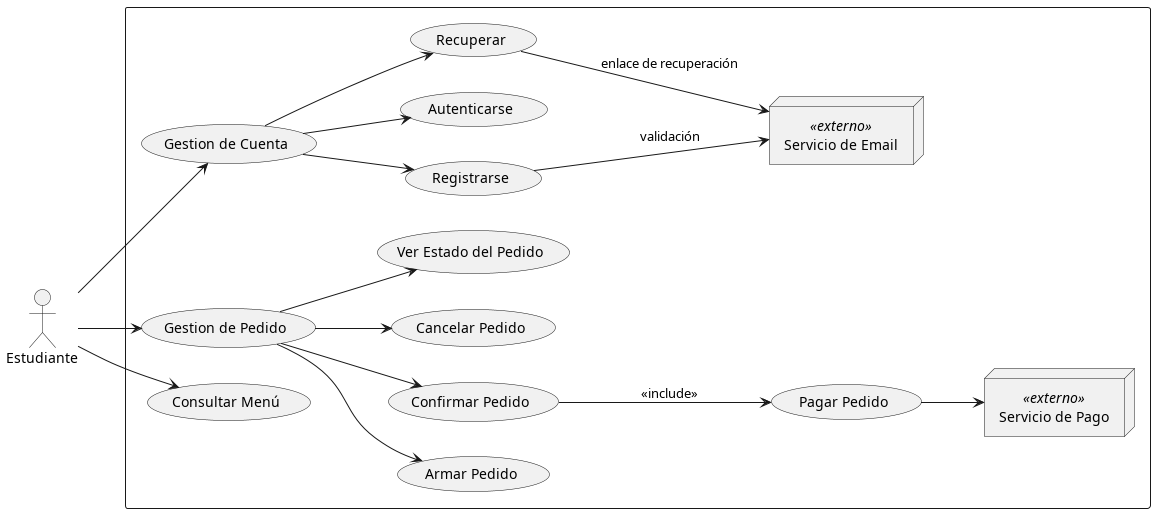
This is documentacion/src/img/caso_de_uso_estudiante.png from agpelliciari/Sistema-Comedor, a PlantUML export, as it was before one commit. The source it was exported from:
```plantuml
@startuml

left to right direction
actor "Estudiante" as Est

rectangle {
  node "Servicio de Pago" as Pay <<externo>>
  node "Servicio de Email" as Mail <<externo>>
  (Gestion de Cuenta) as Gestion
  (Gestion de Pedido) as GestionP
  (Registrarse) as UC_Register
  (Autenticarse) as UC_Login
  (Recuperar) as UC_Recovery

  (Consultar Menú) as UC_Browse
  (Armar Pedido) as UC_Build
  (Confirmar Pedido) as UC_Confirm
  (Pagar Pedido) as UC_Pay
  (Cancelar Pedido) as UC_Cancel
  (Ver Estado del Pedido) as UC_Track
}

Est --> Gestion
Gestion --> UC_Register
Gestion --> UC_Login
Gestion --> UC_Recovery
Est --> UC_Browse
Est --> GestionP
GestionP --> UC_Build
GestionP --> UC_Confirm
GestionP --> UC_Cancel
GestionP --> UC_Track

UC_Confirm --> UC_Pay : <<include>>

UC_Register --> Mail : validación
UC_Recovery --> Mail : enlace de recuperación
UC_Pay --> Pay

@enduml
```
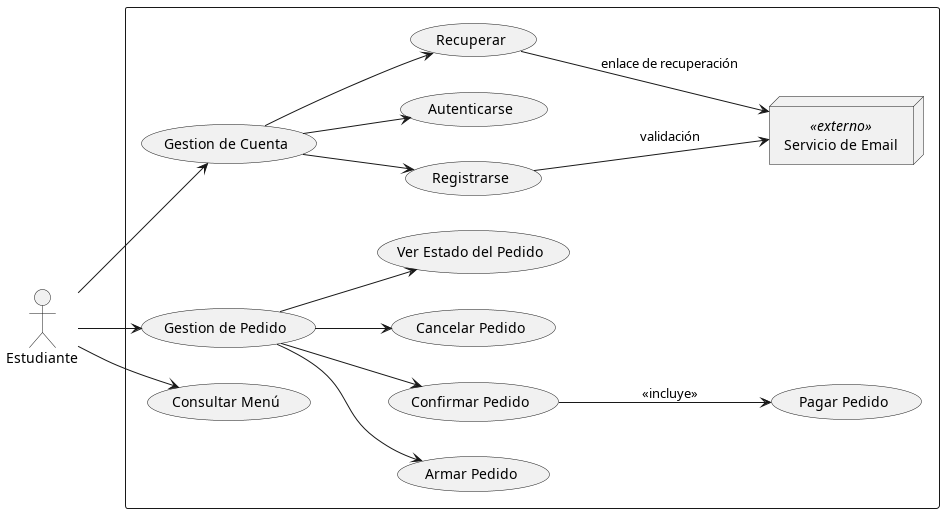
Later version of the same file.

The edit, as a diff of the source:
```diff
@@ -4,7 +4,6 @@
 actor "Estudiante" as Est
 
 rectangle {
-  node "Servicio de Pago" as Pay <<externo>>
   node "Servicio de Email" as Mail <<externo>>
   (Gestion de Cuenta) as Gestion
   (Gestion de Pedido) as GestionP
@@ -31,10 +30,9 @@
 GestionP --> UC_Cancel
 GestionP --> UC_Track
 
-UC_Confirm --> UC_Pay : <<include>>
+UC_Confirm --> UC_Pay : <<incluye>>
 
 UC_Register --> Mail : validación
 UC_Recovery --> Mail : enlace de recuperación
-UC_Pay --> Pay
 
 @enduml
```
